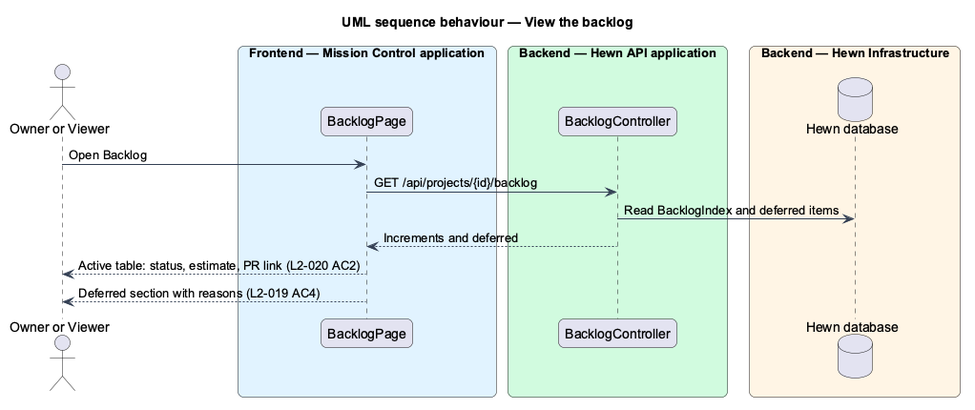
Above: docs/detailed-designs/stages/estimate-and-plan-backlog/diagrams/sequence-view-backlog.png in QuinntyneBrown/hewn (PlantUML), before the change. Its diagram source:
```plantuml
@startuml
title UML sequence behaviour — View the backlog
skinparam backgroundColor #FFFFFF
skinparam shadowing false
skinparam roundcorner 12
skinparam defaultFontName Arial
skinparam ArrowColor #344054
skinparam rectangle {
  BorderColor #344054
  FontColor #101828
}
skinparam package {
  BorderColor #667085
  FontColor #101828
  BackgroundColor #F9FAFB
}
skinparam sequenceMessageAlign left
actor "Owner or Viewer" as user
box "Frontend — Mission Control application" #E0F2FE
  participant "BacklogPage" as page
end box
box "Backend — Hewn API application" #D1FADF
  participant "BacklogController" as ctrl
end box
box "Backend — Hewn Infrastructure" #FFF4E5
  database "Hewn database" as db
end box
user -> page : Open Backlog
page -> ctrl : GET /api/projects/{id}/backlog
ctrl -> db : Read BacklogIndex and deferred items
ctrl --> page : Increments and deferred
page --> user : Active table: status, estimate, PR link (L2-020 AC2)
page --> user : Deferred section with reasons (L2-019 AC4)
@enduml
```
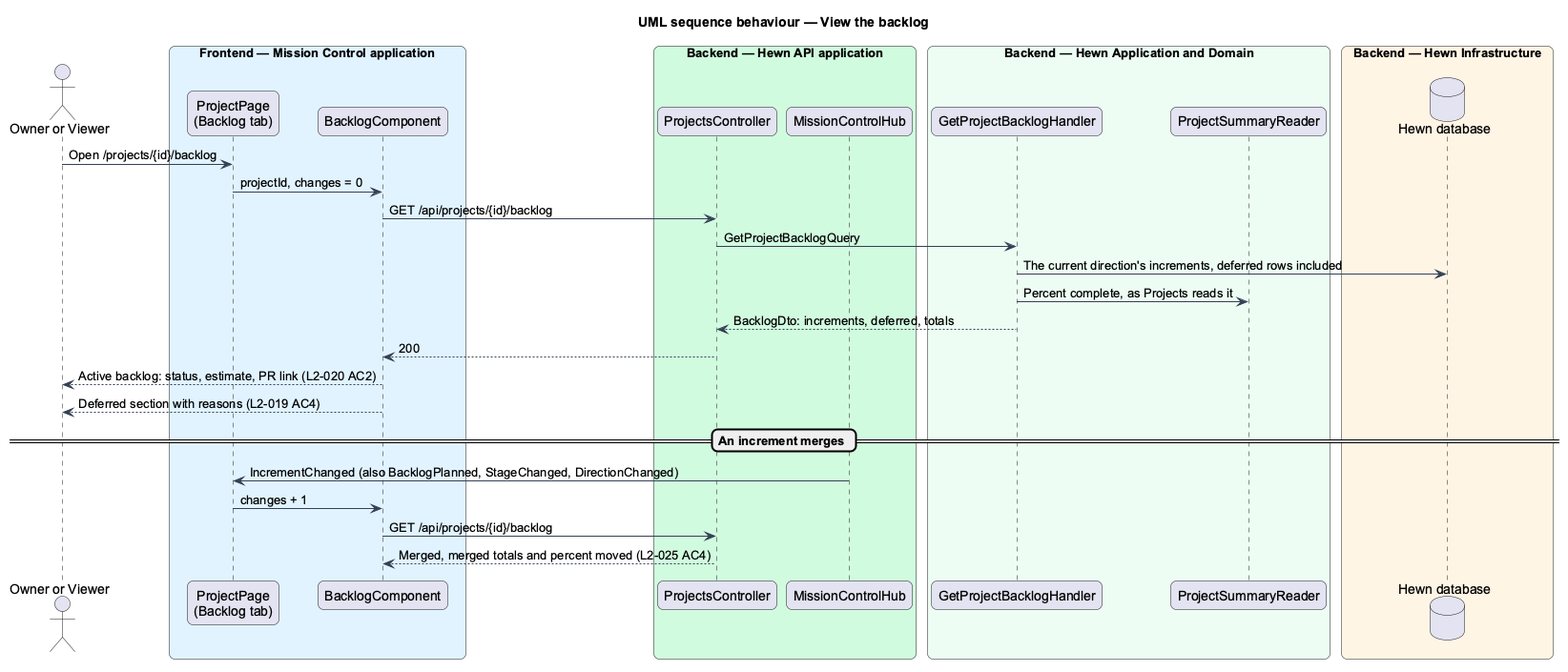
After the change.

What changed in the source:
```diff
@@ -17,18 +17,33 @@
 skinparam sequenceMessageAlign left
 actor "Owner or Viewer" as user
 box "Frontend — Mission Control application" #E0F2FE
-  participant "BacklogPage" as page
+  participant "ProjectPage\n(Backlog tab)" as page
+  participant "BacklogComponent" as backlog
 end box
 box "Backend — Hewn API application" #D1FADF
-  participant "BacklogController" as ctrl
+  participant "ProjectsController" as ctrl
+  participant "MissionControlHub" as hub
+end box
+box "Backend — Hewn Application and Domain" #ECFDF3
+  participant "GetProjectBacklogHandler" as handler
+  participant "ProjectSummaryReader" as reader
 end box
 box "Backend — Hewn Infrastructure" #FFF4E5
   database "Hewn database" as db
 end box
-user -> page : Open Backlog
-page -> ctrl : GET /api/projects/{id}/backlog
-ctrl -> db : Read BacklogIndex and deferred items
-ctrl --> page : Increments and deferred
-page --> user : Active table: status, estimate, PR link (L2-020 AC2)
-page --> user : Deferred section with reasons (L2-019 AC4)
+user -> page : Open /projects/{id}/backlog
+page -> backlog : projectId, changes = 0
+backlog -> ctrl : GET /api/projects/{id}/backlog
+ctrl -> handler : GetProjectBacklogQuery
+handler -> db : The current direction's increments, deferred rows included
+handler -> reader : Percent complete, as Projects reads it
+handler --> ctrl : BacklogDto: increments, deferred, totals
+ctrl --> backlog : 200
+backlog --> user : Active backlog: status, estimate, PR link (L2-020 AC2)
+backlog --> user : Deferred section with reasons (L2-019 AC4)
+== An increment merges ==
+hub -> page : IncrementChanged (also BacklogPlanned, StageChanged, DirectionChanged)
+page -> backlog : changes + 1
+backlog -> ctrl : GET /api/projects/{id}/backlog
+ctrl --> backlog : Merged, merged totals and percent moved (L2-025 AC4)
 @enduml
```
